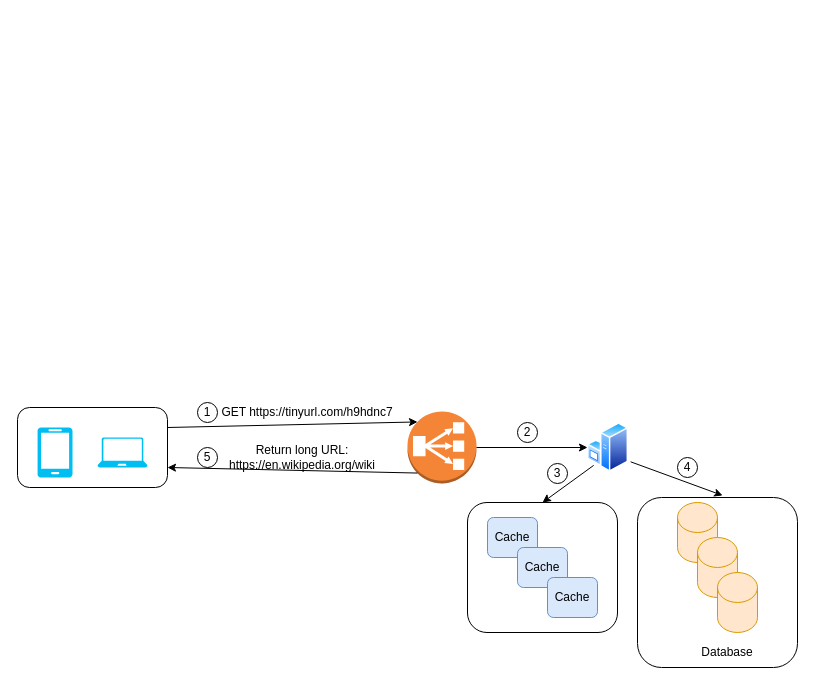
Before: base62.drawio in da0p/diagram-notes, a draw.io diagram. Source tidied: cells renumbered, new cells numbered last; positions are measured from the earlier drawing's top-left corner, leaving out a move shared by most shapes. Both pictures are drawn from the tidied source at 100%, with x=0, y=0 at pixel (17, 397).
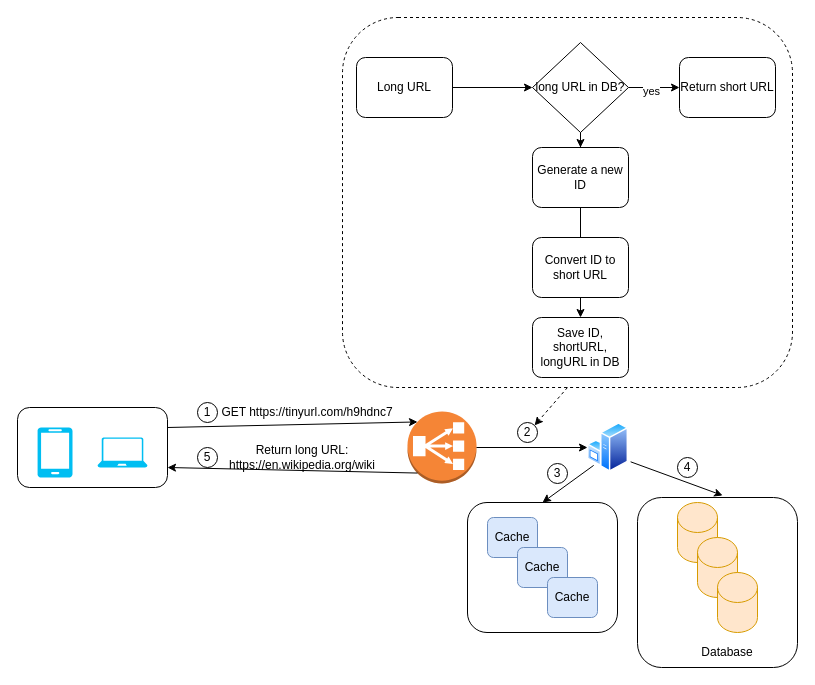
The same diagram, later.

Unchanged cells that the change refers to:
```xml
<mxCell id="13" value="2" style="ellipse;whiteSpace=wrap;html=1;" parent="1" vertex="1">
  <mxGeometry x="500" y="25" width="20" height="20" as="geometry" />
</mxCell>
```

Change to the diagram source:
```diff
@@
+    <mxCell id="28" style="rounded=1;whiteSpace=wrap;html=1;dashed=1;" parent="1" vertex="1">
+      <mxGeometry x="325" y="-380" width="450" height="370" as="geometry" />
+    </mxCell>
+    <mxCell id="29" style="edgeStyle=orthogonalEdgeStyle;rounded=0;jettySize=auto;html=1;" parent="1" edge="1" source="30" target="34">
+      <mxGeometry relative="1" as="geometry" />
+    </mxCell>
+    <mxCell id="30" value="Long URL" style="rounded=1;whiteSpace=wrap;html=1;" parent="1" vertex="1">
+      <mxGeometry x="339" y="-340" width="96" height="60" as="geometry" />
+    </mxCell>
+    <mxCell id="31" style="edgeStyle=orthogonalEdgeStyle;rounded=0;jettySize=auto;html=1;" parent="1" edge="1" source="34" target="35">
+      <mxGeometry relative="1" as="geometry" />
+    </mxCell>
+    <mxCell id="32" value="yes" style="edgeLabel;html=1;align=center;verticalAlign=middle;" parent="31" vertex="1">
+      <mxGeometry x="-0.14" y="-3" relative="1" as="geometry" />
+    </mxCell>
+    <mxCell id="33" style="edgeStyle=orthogonalEdgeStyle;rounded=0;jettySize=auto;html=1;" parent="1" edge="1" source="34" target="37">
+      <mxGeometry relative="1" as="geometry" />
+    </mxCell>
+    <mxCell id="34" value="long URL in DB?" style="rhombus;whiteSpace=wrap;html=1;" parent="1" vertex="1">
+      <mxGeometry x="515" y="-355" width="96" height="90" as="geometry" />
+    </mxCell>
+    <mxCell id="35" value="Return short URL" style="rounded=1;whiteSpace=wrap;html=1;" parent="1" vertex="1">
+      <mxGeometry x="662" y="-340" width="96" height="60" as="geometry" />
+    </mxCell>
+    <mxCell id="36" style="edgeStyle=orthogonalEdgeStyle;rounded=0;jettySize=auto;html=1;" parent="1" edge="1" source="37" target="39">
+      <mxGeometry relative="1" as="geometry" />
+    </mxCell>
+    <mxCell id="37" value="Generate a new ID" style="rounded=1;whiteSpace=wrap;html=1;" parent="1" vertex="1">
+      <mxGeometry x="515" y="-250" width="96" height="60" as="geometry" />
+    </mxCell>
+    <mxCell id="38" value="Convert ID to short URL" style="rounded=1;whiteSpace=wrap;html=1;" parent="1" vertex="1">
+      <mxGeometry x="515" y="-160" width="96" height="60" as="geometry" />
+    </mxCell>
+    <mxCell id="39" value="Save ID, shortURL, longURL in DB" style="rounded=1;whiteSpace=wrap;html=1;" parent="1" vertex="1">
+      <mxGeometry x="515" y="-80" width="96" height="60" as="geometry" />
+    </mxCell>
+    <mxCell id="40" style="endArrow=classic;html=1;rounded=0;entryX=1;entryY=0;entryDx=0;entryDy=0;exitX=0.5;exitY=1;exitDx=0;exitDy=0;dashed=1;" parent="1" edge="1" source="28" target="13">
+      <mxGeometry relative="1" as="geometry" />
+    </mxCell>
```
